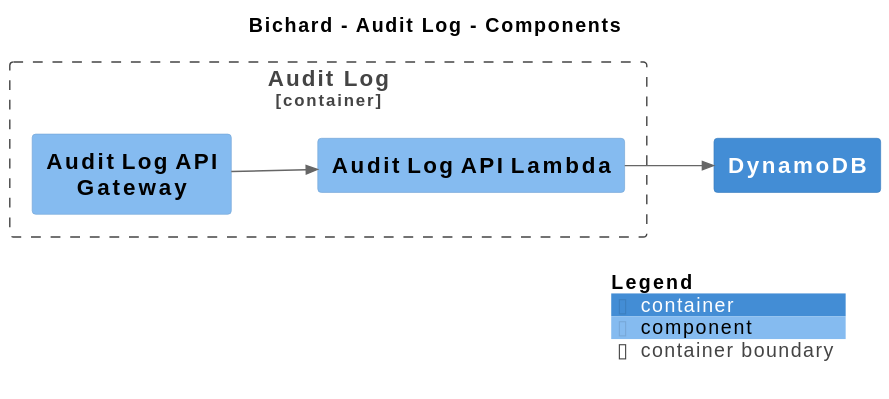
This is main/svg/Component-004.svg from ministryofjustice/bichard7-next-core, a PlantUML export, as it was before one commit. Its source is kept beside it as main/puml/Component-004.puml.
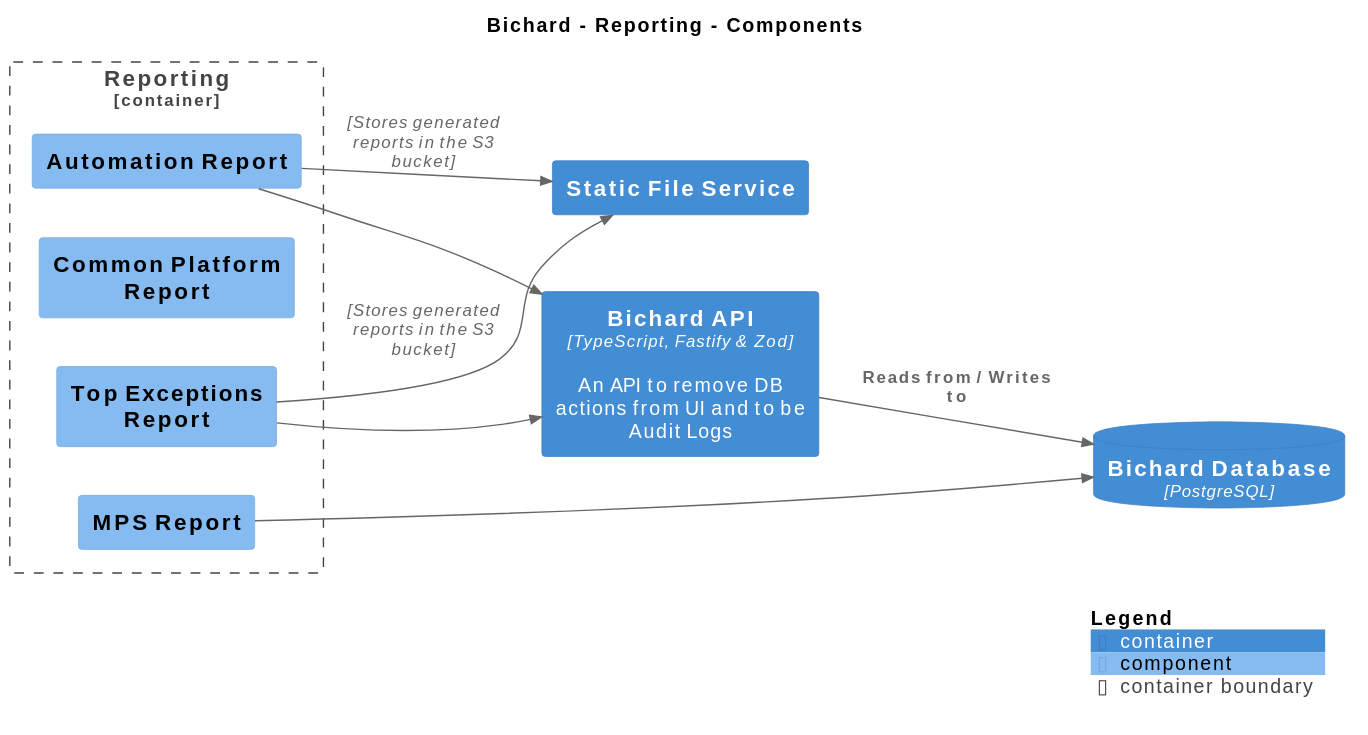
The same diagram one commit later.

Diff of the diagram source:
```diff
@@ -1,6 +1,6 @@
 @startuml
 set separator none
-title Bichard - Audit Log - Components
+title Bichard - Reporting - Components
 
 left to right direction
 
@@ -9,15 +9,23 @@
 !include <C4/C4_Container>
 !include <C4/C4_Component>
 
-Container(Bichard.DynamoDB, "DynamoDB", $techn="", $descr="", $tags="", $link="")
+ContainerDb(Bichard.BichardDatabase, "Bichard Database", $techn="PostgreSQL", $descr="", $tags="", $link="")
+Container(Bichard.StaticFileService, "Static File Service", $techn="", $descr="", $tags="", $link="")
+Container(Bichard.BichardAPI, "Bichard API", $techn="TypeScript, Fastify & Zod", $descr="An API to remove DB actions from UI and to be Audit Logs", $tags="", $link="")
 
-Container_Boundary("Bichard.AuditLog_boundary", "Audit Log", $tags="") {
-  Component(Bichard.AuditLog.AuditLogAPIGateway, "Audit Log API Gateway", $techn="", $descr="", $tags="", $link="")
-  Component(Bichard.AuditLog.AuditLogAPILambda, "Audit Log API Lambda", $techn="", $descr="", $tags="", $link="")
+Container_Boundary("Bichard.Reporting_boundary", "Reporting", $tags="") {
+  Component(Bichard.Reporting.AutomationReport, "Automation Report", $techn="", $descr="", $tags="", $link="")
+  Component(Bichard.Reporting.CommonPlatformReport, "Common Platform Report", $techn="", $descr="", $tags="", $link="")
+  Component(Bichard.Reporting.MPSReport, "MPS Report", $techn="", $descr="", $tags="", $link="")
+  Component(Bichard.Reporting.TopExceptionsReport, "Top Exceptions Report", $techn="", $descr="", $tags="", $link="")
 }
 
-Rel(Bichard.AuditLog.AuditLogAPIGateway, Bichard.AuditLog.AuditLogAPILambda, "", $techn="", $tags="", $link="")
-Rel(Bichard.AuditLog.AuditLogAPILambda, Bichard.DynamoDB, "", $techn="", $tags="", $link="")
+Rel(Bichard.Reporting.AutomationReport, Bichard.BichardAPI, "", $techn="", $tags="", $link="")
+Rel(Bichard.Reporting.MPSReport, Bichard.BichardDatabase, "", $techn="", $tags="", $link="")
+Rel(Bichard.Reporting.TopExceptionsReport, Bichard.BichardAPI, "", $techn="", $tags="", $link="")
+Rel(Bichard.Reporting.AutomationReport, Bichard.StaticFileService, "", $techn="Stores generated reports in the S3 bucket", $tags="", $link="")
+Rel(Bichard.Reporting.TopExceptionsReport, Bichard.StaticFileService, "", $techn="Stores generated reports in the S3 bucket", $tags="", $link="")
+Rel(Bichard.BichardAPI, Bichard.BichardDatabase, "Reads from / Writes to", $techn="", $tags="", $link="")
 
 SHOW_LEGEND(true)
 @enduml
```
